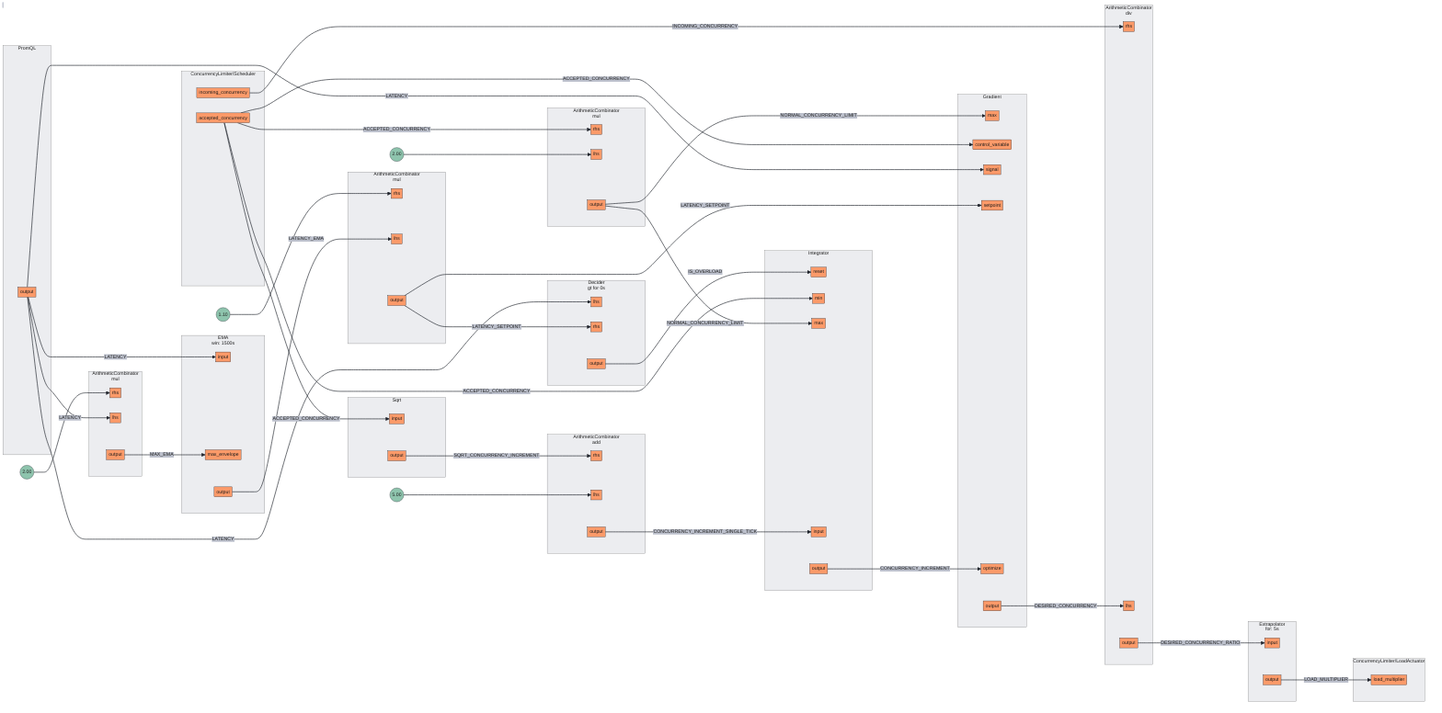
This is docs/content/tutorials/flow-control/concurrency-limiting/assets/workload-prioritization/workload-prioritization.mmd.png from dataongunlaws/aperture, a Mermaid export, as it was before one commit. Its source is kept beside it as docs/content/tutorials/flow-control/concurrency-limiting/assets/workload-prioritization/workload-prioritization.mmd.
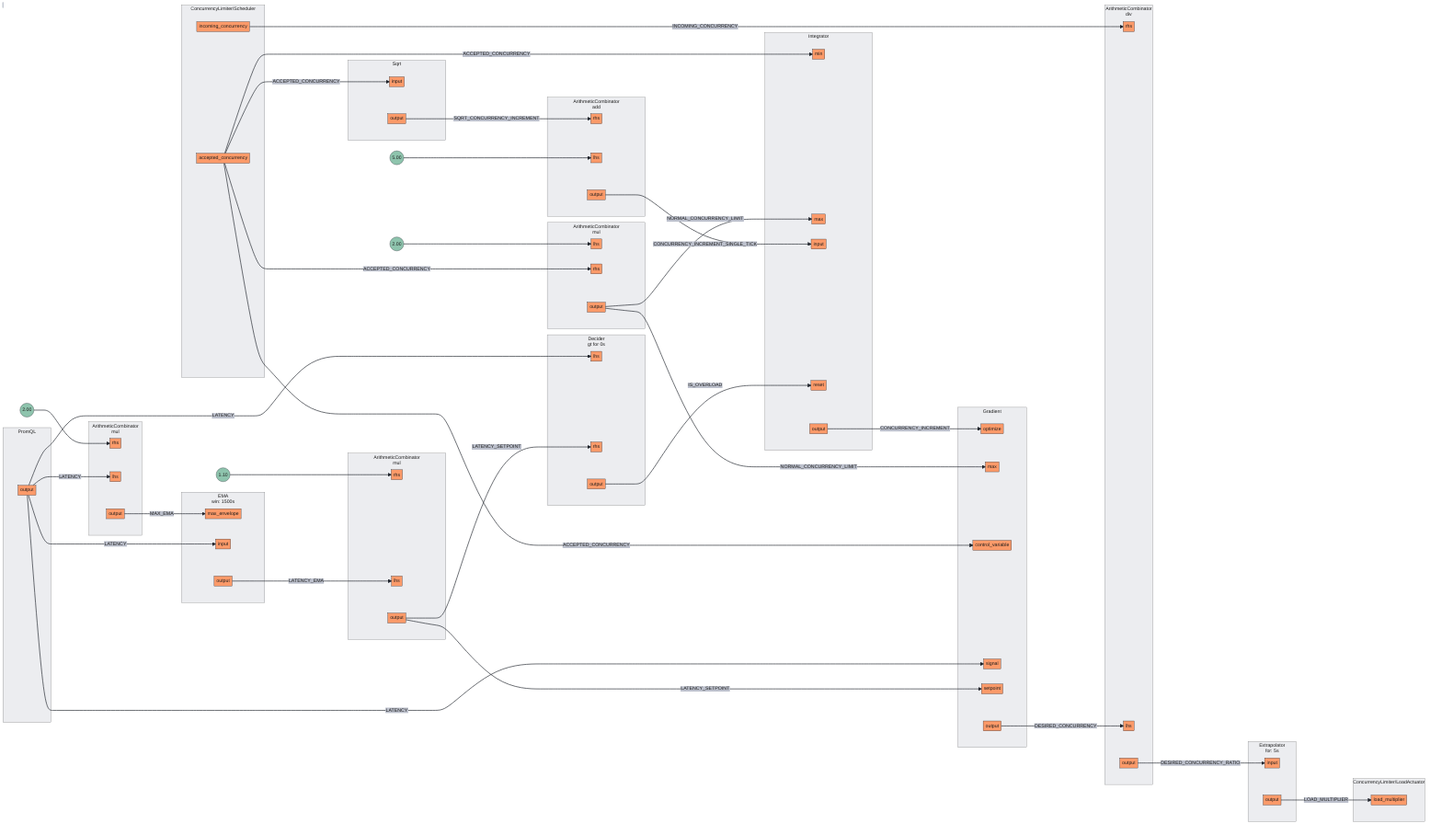
The same diagram one commit later.

The edit, as a diff of the source:
```diff
@@ -39,8 +39,8 @@
 subgraph 3[<center>ArithmeticCombinator<br/>mul</center>]
 subgraph 3_inports[ ]
 style 3_inports fill:none,stroke:none
+3lhs[lhs]
 3rhs[rhs]
-3lhs[lhs]
 end
 subgraph 3_outports[ ]
 style 3_outports fill:none,stroke:none
@@ -65,10 +65,10 @@
 subgraph 5[Integrator]
 subgraph 5_inports[ ]
 style 5_inports fill:none,stroke:none
-5reset[reset]
 5min[min]
 5max[max]
 5input[input]
+5reset[reset]
 end
 subgraph 5_outports[ ]
 style 5_outports fill:none,stroke:none
@@ -94,8 +94,8 @@
 subgraph 8[<center>EMA<br/>win: 1500s</center>]
 subgraph 8_inports[ ]
 style 8_inports fill:none,stroke:none
+8max_envelope[max_envelope]
 8input[input]
-8max_envelope[max_envelope]
 end
 subgraph 8_outports[ ]
 style 8_outports fill:none,stroke:none
@@ -105,11 +105,11 @@
 subgraph 9[Gradient]
 subgraph 9_inports[ ]
 style 9_inports fill:none,stroke:none
+9optimize[optimize]
 9max[max]
 9control_variable[control_variable]
 9signal[signal]
 9setpoint[setpoint]
-9optimize[optimize]
 end
 subgraph 9_outports[ ]
 style 9_outports fill:none,stroke:none
@@ -150,25 +150,25 @@
 12output[output]
 end
 end
-9output --> |DESIRED_CONCURRENCY| 2lhs
-12output --> |IS_OVERLOAD| 5reset
 0output --> |MAX_EMA| 8max_envelope
 4output --> |CONCURRENCY_INCREMENT_SINGLE_TICK| 5input
-7output --> |LATENCY| 0lhs
-7output --> |LATENCY| 8input
-7output --> |LATENCY| 9signal
-7output --> |LATENCY| 12lhs
+12output --> |IS_OVERLOAD| 5reset
+5output --> |CONCURRENCY_INCREMENT| 9optimize
+6output --> |SQRT_CONCURRENCY_INCREMENT| 4rhs
 8output --> |LATENCY_EMA| 1lhs
-2output --> |DESIRED_CONCURRENCY_RATIO| 10input
-5output --> |CONCURRENCY_INCREMENT| 9optimize
-10output --> |LOAD_MULTIPLIER| 11.LoadActuatorload_multiplier
 11.Schedulerincoming_concurrency --> |INCOMING_CONCURRENCY| 2rhs
-3output --> |NORMAL_CONCURRENCY_LIMIT| 5max
-3output --> |NORMAL_CONCURRENCY_LIMIT| 9max
 11.Scheduleraccepted_concurrency --> |ACCEPTED_CONCURRENCY| 3rhs
 11.Scheduleraccepted_concurrency --> |ACCEPTED_CONCURRENCY| 5min
 11.Scheduleraccepted_concurrency --> |ACCEPTED_CONCURRENCY| 6input
 11.Scheduleraccepted_concurrency --> |ACCEPTED_CONCURRENCY| 9control_variable
 1output --> |LATENCY_SETPOINT| 9setpoint
 1output --> |LATENCY_SETPOINT| 12rhs
-6output --> |SQRT_CONCURRENCY_INCREMENT| 4rhs
+2output --> |DESIRED_CONCURRENCY_RATIO| 10input
+3output --> |NORMAL_CONCURRENCY_LIMIT| 5max
+3output --> |NORMAL_CONCURRENCY_LIMIT| 9max
+7output --> |LATENCY| 0lhs
+7output --> |LATENCY| 8input
+7output --> |LATENCY| 9signal
+7output --> |LATENCY| 12lhs
+9output --> |DESIRED_CONCURRENCY| 2lhs
+10output --> |LOAD_MULTIPLIER| 11.LoadActuatorload_multiplier
```
